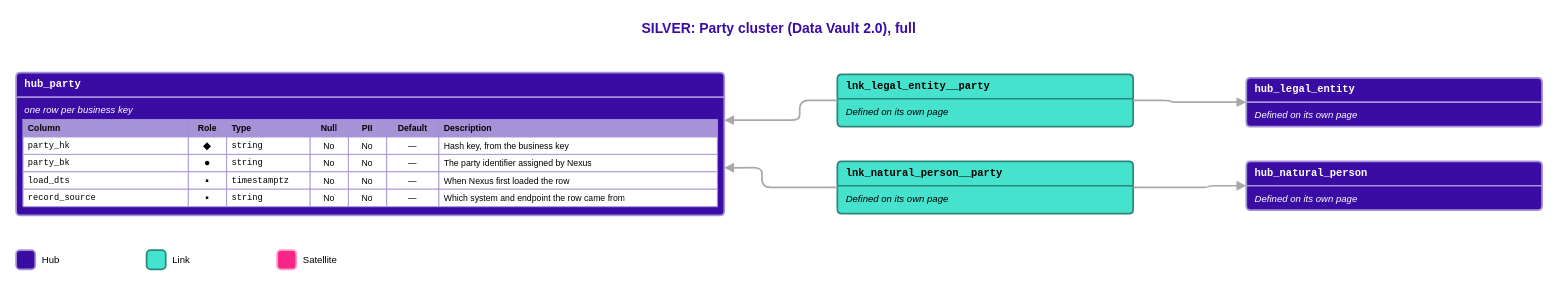
luisruizML/documents keeps this draw.io diagram as Rosetta/Business_Objects/Party_Full.drawio. Above is the earlier version. Source tidied: cells renumbered, new cells numbered last; positions are measured from the earlier drawing's top-left corner, leaving out a move shared by most shapes. Both pictures are drawn from the tidied source at 87%, with x=0, y=0 at pixel (16, 15).
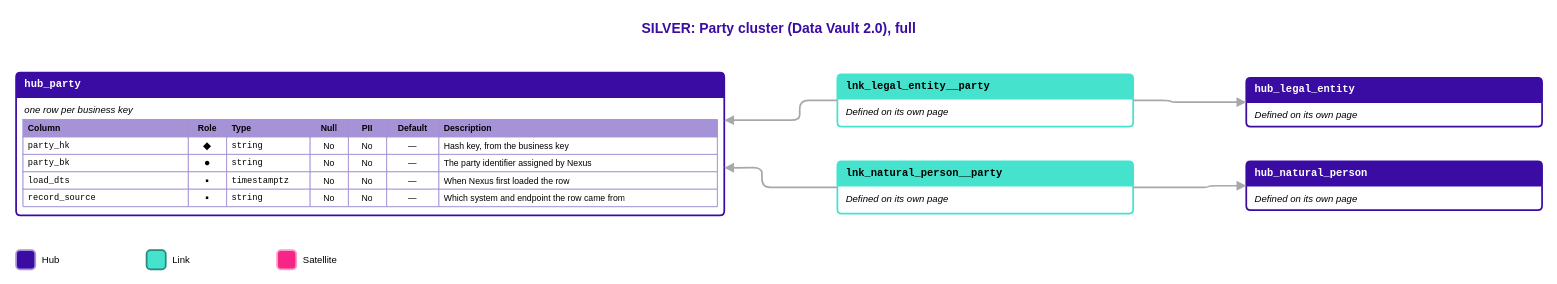
The same diagram, later.

Commit message (it also covers changes not shown here):
feat(business-object-page): white container body, type color only on header and border

The edit, as a diff of the source:
```diff
@@
-    <mxCell id="3" value="hub_party" style="swimlane;html=1;whiteSpace=wrap;rounded=1;arcSize=6;startSize=28;fillColor=#3A0CA3;swimlaneFillColor=#3A0CA3;strokeColor=#A692D6;strokeWidth=2;fontFamily=Courier New;fontSize=12;fontStyle=1;fontColor=#FFFFFF;align=left;spacingLeft=8;" parent="1" vertex="1">
+    <mxCell id="3" value="hub_party" style="swimlane;html=1;whiteSpace=wrap;rounded=1;arcSize=6;startSize=28;fillColor=#3A0CA3;swimlaneFillColor=#FFFFFF;strokeColor=#3A0CA3;strokeWidth=2;fontFamily=Courier New;fontSize=12;fontStyle=1;fontColor=#FFFFFF;align=left;spacingLeft=8;" parent="1" vertex="1">
       <mxGeometry y="66" width="814" height="164" as="geometry" />
     </mxCell>
-    <mxCell id="4" value="one row per business key" style="text;html=1;whiteSpace=wrap;align=left;verticalAlign=top;fontFamily=Arial;fontSize=11;fontStyle=2;fontColor=#FFFFFF;spacingLeft=8;spacingRight=8;" parent="3" vertex="1">
+    <mxCell id="4" value="one row per business key" style="text;html=1;whiteSpace=wrap;align=left;verticalAlign=top;fontFamily=Arial;fontSize=11;fontStyle=2;fontColor=#000000;spacingLeft=8;spacingRight=8;" parent="3" vertex="1">
       <mxGeometry y="30" width="814" height="20" as="geometry" />
     </mxCell>
@@
-    <mxCell id="46" value="lnk_legal_entity__party" style="swimlane;html=1;whiteSpace=wrap;rounded=1;arcSize=6;startSize=28;fillColor=#45E3CD;swimlaneFillColor=#45E3CD;strokeColor=#29887B;strokeWidth=2;fontFamily=Courier New;fontSize=12;fontStyle=1;fontColor=#000000;align=left;spacingLeft=8;" parent="1" vertex="1">
+    <mxCell id="46" value="lnk_legal_entity__party" style="swimlane;html=1;whiteSpace=wrap;rounded=1;arcSize=6;startSize=28;fillColor=#45E3CD;swimlaneFillColor=#FFFFFF;strokeColor=#45E3CD;strokeWidth=2;fontFamily=Courier New;fontSize=12;fontStyle=1;fontColor=#000000;align=left;spacingLeft=8;" parent="1" vertex="1">
       <mxGeometry x="944" y="68" width="340" height="60" as="geometry" />
     </mxCell>
@@
-    <mxCell id="48" value="lnk_natural_person__party" style="swimlane;html=1;whiteSpace=wrap;rounded=1;arcSize=6;startSize=28;fillColor=#45E3CD;swimlaneFillColor=#45E3CD;strokeColor=#29887B;strokeWidth=2;fontFamily=Courier New;fontSize=12;fontStyle=1;fontColor=#000000;align=left;spacingLeft=8;" parent="1" vertex="1">
+    <mxCell id="48" value="lnk_natural_person__party" style="swimlane;html=1;whiteSpace=wrap;rounded=1;arcSize=6;startSize=28;fillColor=#45E3CD;swimlaneFillColor=#FFFFFF;strokeColor=#45E3CD;strokeWidth=2;fontFamily=Courier New;fontSize=12;fontStyle=1;fontColor=#000000;align=left;spacingLeft=8;" parent="1" vertex="1">
       <mxGeometry x="944" y="168" width="340" height="60" as="geometry" />
     </mxCell>
@@
-    <mxCell id="50" value="hub_legal_entity" style="swimlane;html=1;whiteSpace=wrap;rounded=1;arcSize=6;startSize=28;fillColor=#3A0CA3;swimlaneFillColor=#3A0CA3;strokeColor=#A692D6;strokeWidth=2;fontFamily=Courier New;fontSize=12;fontStyle=1;fontColor=#FFFFFF;align=left;spacingLeft=8;" parent="1" vertex="1">
+    <mxCell id="50" value="hub_legal_entity" style="swimlane;html=1;whiteSpace=wrap;rounded=1;arcSize=6;startSize=28;fillColor=#3A0CA3;swimlaneFillColor=#FFFFFF;strokeColor=#3A0CA3;strokeWidth=2;fontFamily=Courier New;fontSize=12;fontStyle=1;fontColor=#FFFFFF;align=left;spacingLeft=8;" parent="1" vertex="1">
       <mxGeometry x="1414" y="72" width="340" height="56" as="geometry" />
     </mxCell>
-    <mxCell id="51" value="Defined on its own page" style="text;html=1;whiteSpace=wrap;align=left;verticalAlign=top;fontFamily=Arial;fontSize=11;fontStyle=2;fontColor=#FFFFFF;spacingLeft=8;spacingRight=8;" parent="50" vertex="1">
+    <mxCell id="51" value="Defined on its own page" style="text;html=1;whiteSpace=wrap;align=left;verticalAlign=top;fontFamily=Arial;fontSize=11;fontStyle=2;fontColor=#000000;spacingLeft=8;spacingRight=8;" parent="50" vertex="1">
       <mxGeometry y="30" width="340" height="20" as="geometry" />
     </mxCell>
-    <mxCell id="52" value="hub_natural_person" style="swimlane;html=1;whiteSpace=wrap;rounded=1;arcSize=6;startSize=28;fillColor=#3A0CA3;swimlaneFillColor=#3A0CA3;strokeColor=#A692D6;strokeWidth=2;fontFamily=Courier New;fontSize=12;fontStyle=1;fontColor=#FFFFFF;align=left;spacingLeft=8;" parent="1" vertex="1">
+    <mxCell id="52" value="hub_natural_person" style="swimlane;html=1;whiteSpace=wrap;rounded=1;arcSize=6;startSize=28;fillColor=#3A0CA3;swimlaneFillColor=#FFFFFF;strokeColor=#3A0CA3;strokeWidth=2;fontFamily=Courier New;fontSize=12;fontStyle=1;fontColor=#FFFFFF;align=left;spacingLeft=8;" parent="1" vertex="1">
       <mxGeometry x="1414" y="168" width="340" height="56" as="geometry" />
     </mxCell>
-    <mxCell id="53" value="Defined on its own page" style="text;html=1;whiteSpace=wrap;align=left;verticalAlign=top;fontFamily=Arial;fontSize=11;fontStyle=2;fontColor=#FFFFFF;spacingLeft=8;spacingRight=8;" parent="52" vertex="1">
+    <mxCell id="53" value="Defined on its own page" style="text;html=1;whiteSpace=wrap;align=left;verticalAlign=top;fontFamily=Arial;fontSize=11;fontStyle=2;fontColor=#000000;spacingLeft=8;spacingRight=8;" parent="52" vertex="1">
       <mxGeometry y="30" width="340" height="20" as="geometry" />
     </mxCell>
```
